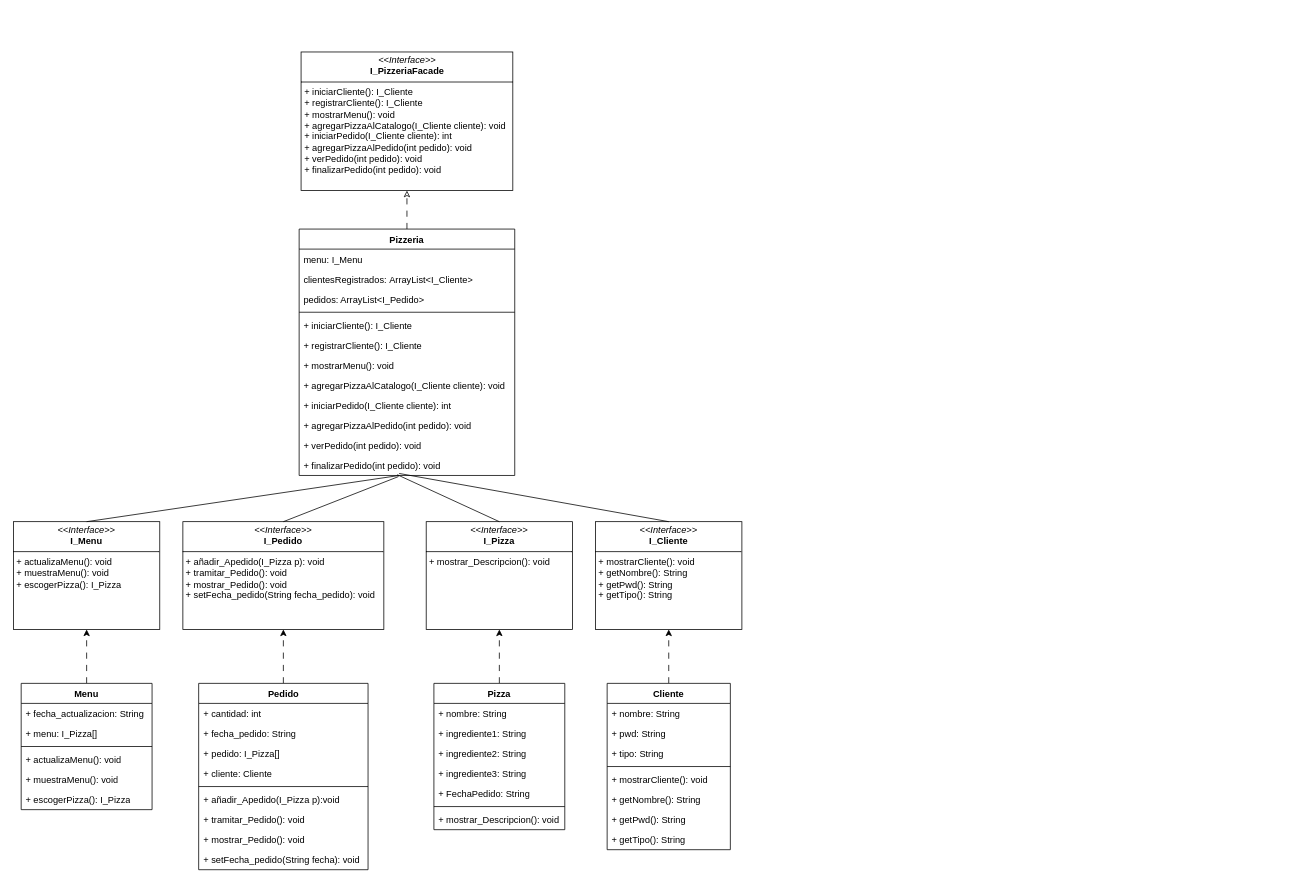
Before: PracticaIterator/Diagrama de clases.drawio in atoroj/ASDM-24-25, a draw.io diagram. Source tidied: cells renumbered, new cells numbered last; positions are measured from the earlier drawing's top-left corner, leaving out a move shared by most shapes. Both pictures are drawn from the tidied source at 77%, with x=0, y=0 at pixel (13, 52).
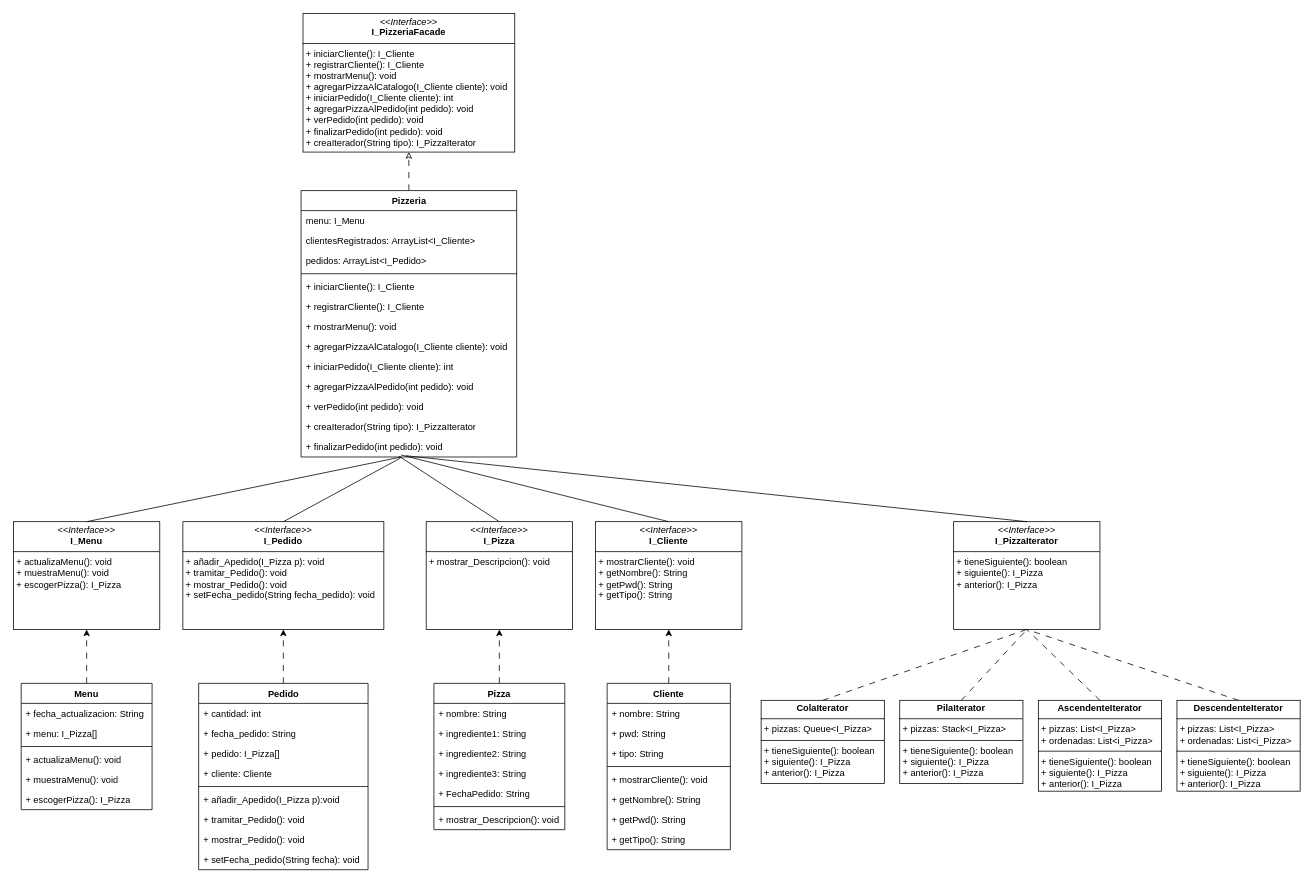
After the change.

Diff of the diagram source:
```diff
@@
     <mxCell id="3" value="Pizzeria" style="swimlane;fontStyle=1;align=center;verticalAlign=top;horizontal=1;startSize=26;whiteSpace=wrap;html=1;" parent="1" vertex="1">
-      <mxGeometry x="371" y="230" width="280" height="320" as="geometry" />
+      <mxGeometry x="373.5" y="180" width="280" height="346" as="geometry" />
     </mxCell>
@@
+    <mxCell id="63" value="+ creaIterador(String tipo): I_PizzaIterator" style="text;strokeColor=none;fillColor=none;align=left;verticalAlign=top;spacingLeft=4;spacingRight=4;overflow=hidden;whiteSpace=wrap;html=1;" parent="3" vertex="1">
+      <mxGeometry y="294" width="280" height="26" as="geometry" />
+    </mxCell>
     <mxCell id="15" value="+ finalizarPedido(int pedido): void" style="text;strokeColor=none;fillColor=none;align=left;verticalAlign=top;spacingLeft=4;spacingRight=4;overflow=hidden;points=[[0,0.5],[1,0.5]];portConstraint=eastwest;whiteSpace=wrap;html=1;" parent="3" vertex="1">
-      <mxGeometry y="294" width="280" height="26" as="geometry" />
+      <mxGeometry y="320" width="280" height="26" as="geometry" />
     </mxCell>
-    <mxCell id="16" value="&lt;p style=&quot;margin:0px;margin-top:4px;text-align:center;&quot;&gt;&lt;i&gt;&amp;lt;&amp;lt;Interface&amp;gt;&amp;gt;&lt;/i&gt;&lt;br&gt;&lt;b&gt;I_PizzeriaFacade&lt;/b&gt;&lt;/p&gt;&lt;hr size=&quot;1&quot; style=&quot;border-style:solid;&quot;&gt;&lt;p style=&quot;margin:0px;margin-left:4px;&quot;&gt;+ iniciarCliente(): I_Cliente&lt;br&gt;+ registrarCliente(): I_Cliente&lt;/p&gt;&lt;p style=&quot;margin:0px;margin-left:4px;&quot;&gt;+ mostrarMenu(): void&lt;/p&gt;&lt;p style=&quot;margin:0px;margin-left:4px;&quot;&gt;+ agregarPizzaAlCatalogo(I_Cliente cliente): void&lt;/p&gt;&lt;p style=&quot;margin:0px;margin-left:4px;&quot;&gt;+ iniciarPedido(I_Cliente cliente): int&lt;/p&gt;&lt;p style=&quot;margin:0px;margin-left:4px;&quot;&gt;+ agregarPizzaAlPedido(int pedido): void&lt;/p&gt;&lt;p style=&quot;margin:0px;margin-left:4px;&quot;&gt;+ verPedido(int pedido): void&lt;/p&gt;&lt;p style=&quot;margin:0px;margin-left:4px;&quot;&gt;+ finalizarPedido(int pedido): void&lt;/p&gt;" style="verticalAlign=top;align=left;overflow=fill;html=1;whiteSpace=wrap;" parent="1" vertex="1">
-      <mxGeometry x="373.5" width="275" height="180" as="geometry" />
+    <mxCell id="16" value="&lt;p style=&quot;margin:0px;margin-top:4px;text-align:center;&quot;&gt;&lt;i&gt;&amp;lt;&amp;lt;Interface&amp;gt;&amp;gt;&lt;/i&gt;&lt;br&gt;&lt;b&gt;I_PizzeriaFacade&lt;/b&gt;&lt;/p&gt;&lt;hr size=&quot;1&quot; style=&quot;border-style:solid;&quot;&gt;&lt;p style=&quot;margin:0px;margin-left:4px;&quot;&gt;+ iniciarCliente(): I_Cliente&lt;br&gt;+ registrarCliente(): I_Cliente&lt;/p&gt;&lt;p style=&quot;margin:0px;margin-left:4px;&quot;&gt;+ mostrarMenu(): void&lt;/p&gt;&lt;p style=&quot;margin:0px;margin-left:4px;&quot;&gt;+ agregarPizzaAlCatalogo(I_Cliente cliente): void&lt;/p&gt;&lt;p style=&quot;margin:0px;margin-left:4px;&quot;&gt;+ iniciarPedido(I_Cliente cliente): int&lt;/p&gt;&lt;p style=&quot;margin:0px;margin-left:4px;&quot;&gt;+ agregarPizzaAlPedido(int pedido): void&lt;/p&gt;&lt;p style=&quot;margin:0px;margin-left:4px;&quot;&gt;+ verPedido(int pedido): void&lt;/p&gt;&lt;p style=&quot;margin:0px;margin-left:4px;&quot;&gt;+ finalizarPedido(int pedido): void&lt;/p&gt;&lt;p style=&quot;margin:0px;margin-left:4px;&quot;&gt;+ creaIterador(String tipo): I_PizzaIterator&lt;/p&gt;" style="verticalAlign=top;align=left;overflow=fill;html=1;whiteSpace=wrap;" parent="1" vertex="1">
+      <mxGeometry x="376" y="-50" width="275" height="180" as="geometry" />
     </mxCell>
@@
+    <mxCell id="64" value="&lt;p style=&quot;margin:0px;margin-top:4px;text-align:center;&quot;&gt;&lt;i&gt;&amp;lt;&amp;lt;Interface&amp;gt;&amp;gt;&lt;/i&gt;&lt;br&gt;&lt;b&gt;I_PizzaIterator&lt;/b&gt;&lt;/p&gt;&lt;hr size=&quot;1&quot; style=&quot;border-style:solid;&quot;&gt;&lt;p style=&quot;margin:0px;margin-left:4px;&quot;&gt;+ tieneSiguiente(): boolean&lt;br&gt;+ siguiente(): I_Pizza&lt;/p&gt;&lt;p style=&quot;margin:0px;margin-left:4px;&quot;&gt;+ anterior(): I_Pizza&lt;/p&gt;" style="verticalAlign=top;align=left;overflow=fill;html=1;whiteSpace=wrap;" parent="1" vertex="1">
+      <mxGeometry x="1221" y="610" width="190" height="140" as="geometry" />
+    </mxCell>
+    <mxCell id="65" style="rounded=0;jettySize=auto;html=1;exitX=0.5;exitY=0;exitDx=0;exitDy=0;entryX=0.5;entryY=1;entryDx=0;entryDy=0;endArrow=none;endFill=0;dashed=1;dashPattern=8 8;" parent="1" edge="1" source="66" target="64">
+      <mxGeometry relative="1" as="geometry" />
+    </mxCell>
+    <mxCell id="66" value="&lt;p style=&quot;margin:0px;margin-top:4px;text-align:center;&quot;&gt;&lt;b&gt;ColaIterator&lt;/b&gt;&lt;/p&gt;&lt;hr size=&quot;1&quot; style=&quot;border-style:solid;&quot;&gt;&lt;p style=&quot;margin:0px;margin-left:4px;&quot;&gt;+ pizzas: Queue&amp;lt;I_Pizza&amp;gt;&lt;/p&gt;&lt;hr size=&quot;1&quot; style=&quot;border-style:solid;&quot;&gt;&lt;p style=&quot;margin: 0px 0px 0px 4px;&quot;&gt;+ tieneSiguiente(): boolean&lt;br&gt;+ siguiente(): I_Pizza&lt;/p&gt;&lt;p style=&quot;margin: 0px 0px 0px 4px;&quot;&gt;+ anterior(): I_Pizza&lt;/p&gt;" style="verticalAlign=top;align=left;overflow=fill;html=1;whiteSpace=wrap;" parent="1" vertex="1">
+      <mxGeometry x="971" y="842" width="160" height="108" as="geometry" />
+    </mxCell>
+    <mxCell id="67" style="rounded=0;jettySize=auto;html=1;exitX=0.5;exitY=0;exitDx=0;exitDy=0;entryX=0.5;entryY=1;entryDx=0;entryDy=0;endArrow=none;endFill=0;dashed=1;dashPattern=8 8;" parent="1" edge="1" source="68" target="64">
+      <mxGeometry relative="1" as="geometry" />
+    </mxCell>
+    <mxCell id="68" value="&lt;p style=&quot;margin:0px;margin-top:4px;text-align:center;&quot;&gt;&lt;b&gt;DescendenteIterator&lt;/b&gt;&lt;/p&gt;&lt;hr size=&quot;1&quot; style=&quot;border-style:solid;&quot;&gt;&lt;p style=&quot;margin: 0px 0px 0px 4px;&quot;&gt;+ pizzas: List&amp;lt;I_Pizza&amp;gt;&lt;/p&gt;&lt;p style=&quot;margin: 0px 0px 0px 4px;&quot;&gt;+ ordenadas: List&amp;lt;i_Pizza&amp;gt;&lt;/p&gt;&lt;hr size=&quot;1&quot; style=&quot;border-style:solid;&quot;&gt;&lt;p style=&quot;margin: 0px 0px 0px 4px;&quot;&gt;+ tieneSiguiente(): boolean&lt;br&gt;+ siguiente(): I_Pizza&lt;/p&gt;&lt;p style=&quot;margin: 0px 0px 0px 4px;&quot;&gt;+ anterior(): I_Pizza&lt;/p&gt;" style="verticalAlign=top;align=left;overflow=fill;html=1;whiteSpace=wrap;" parent="1" vertex="1">
+      <mxGeometry x="1511" y="842" width="160" height="118" as="geometry" />
+    </mxCell>
+    <mxCell id="69" style="rounded=0;jettySize=auto;html=1;exitX=0.5;exitY=0;exitDx=0;exitDy=0;entryX=0.5;entryY=1;entryDx=0;entryDy=0;endArrow=none;endFill=0;dashed=1;dashPattern=8 8;" parent="1" edge="1" source="70" target="64">
+      <mxGeometry relative="1" as="geometry" />
+    </mxCell>
+    <mxCell id="70" value="&lt;p style=&quot;margin:0px;margin-top:4px;text-align:center;&quot;&gt;&lt;b&gt;PilaIterator&lt;/b&gt;&lt;/p&gt;&lt;hr size=&quot;1&quot; style=&quot;border-style:solid;&quot;&gt;&lt;p style=&quot;margin:0px;margin-left:4px;&quot;&gt;+ pizzas: Stack&amp;lt;I_Pizza&amp;gt;&lt;/p&gt;&lt;hr size=&quot;1&quot; style=&quot;border-style:solid;&quot;&gt;&lt;p style=&quot;margin: 0px 0px 0px 4px;&quot;&gt;+ tieneSiguiente(): boolean&lt;br&gt;+ siguiente(): I_Pizza&lt;/p&gt;&lt;p style=&quot;margin: 0px 0px 0px 4px;&quot;&gt;+ anterior(): I_Pizza&lt;/p&gt;" style="verticalAlign=top;align=left;overflow=fill;html=1;whiteSpace=wrap;" parent="1" vertex="1">
+      <mxGeometry x="1151" y="842" width="160" height="108" as="geometry" />
+    </mxCell>
+    <mxCell id="71" style="rounded=0;jettySize=auto;html=1;exitX=0.5;exitY=0;exitDx=0;exitDy=0;entryX=0.5;entryY=1;entryDx=0;entryDy=0;endArrow=none;endFill=0;dashed=1;dashPattern=8 8;" parent="1" edge="1" source="72" target="64">
+      <mxGeometry relative="1" as="geometry" />
+    </mxCell>
+    <mxCell id="72" value="&lt;p style=&quot;margin:0px;margin-top:4px;text-align:center;&quot;&gt;&lt;b&gt;AscendenteIterator&lt;/b&gt;&lt;/p&gt;&lt;hr size=&quot;1&quot; style=&quot;border-style:solid;&quot;&gt;&lt;p style=&quot;margin:0px;margin-left:4px;&quot;&gt;+ pizzas: List&amp;lt;I_Pizza&amp;gt;&lt;/p&gt;&lt;p style=&quot;margin:0px;margin-left:4px;&quot;&gt;+ ordenadas: List&amp;lt;i_Pizza&amp;gt;&lt;br&gt;&lt;/p&gt;&lt;hr size=&quot;1&quot; style=&quot;border-style:solid;&quot;&gt;&lt;p style=&quot;margin: 0px 0px 0px 4px;&quot;&gt;+ tieneSiguiente(): boolean&lt;br&gt;+ siguiente(): I_Pizza&lt;/p&gt;&lt;p style=&quot;margin: 0px 0px 0px 4px;&quot;&gt;+ anterior(): I_Pizza&lt;/p&gt;" style="verticalAlign=top;align=left;overflow=fill;html=1;whiteSpace=wrap;" parent="1" vertex="1">
+      <mxGeometry x="1331" y="842" width="160" height="118" as="geometry" />
+    </mxCell>
+    <mxCell id="73" style="rounded=0;jettySize=auto;html=1;exitX=0.5;exitY=0;exitDx=0;exitDy=0;entryX=0.486;entryY=0.937;entryDx=0;entryDy=0;entryPerimeter=0;endArrow=none;endFill=0;" parent="1" edge="1" source="64" target="15">
+      <mxGeometry relative="1" as="geometry" />
+    </mxCell>
```
